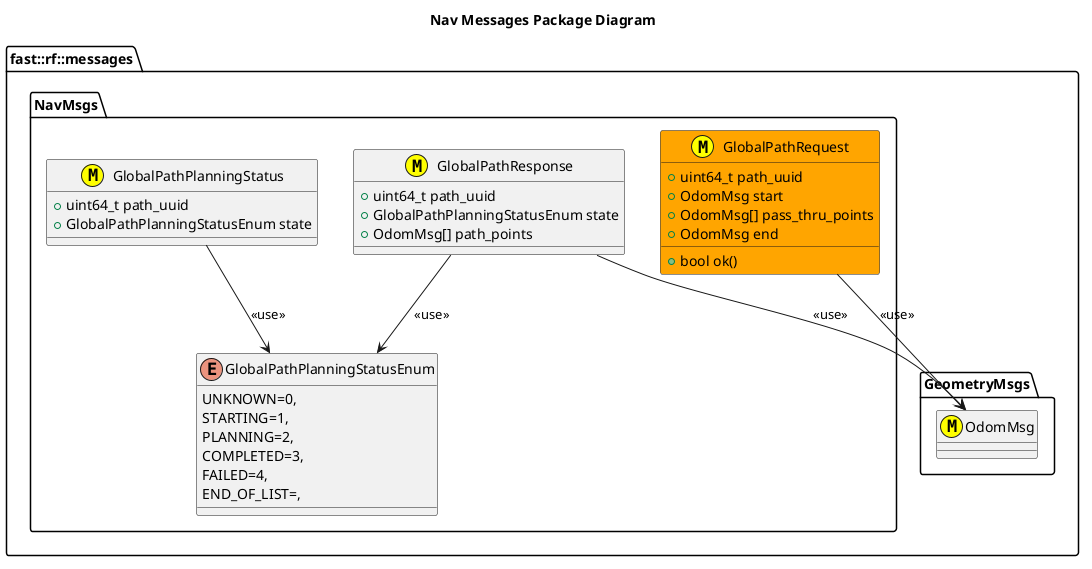
Above: msgs/NavMsgs/doc/puml/NavMessagesClassDiagram.png in fastrobotics/robot_framework (PlantUML), before the change. Its diagram source:
```plantuml
@startuml
title Nav Messages Package Diagram

namespace fast::rf::messages {
  namespace GeometryMsgs {
    class OdomMsg <<(M,#FFFF00)>>
  }
  namespace NavMsgs  {
    class GlobalPathRequest <<(M,#FFFF00)>> #Orange {
      +uint64_t path_uuid
      +OdomMsg start
      +OdomMsg[] pass_thru_points
      +OdomMsg end
      +bool ok()

    }
    enum GlobalPathPlanningStatusEnum
    {
      UNKNOWN=0,
      STARTING=1,
      PLANNING=2,
      COMPLETED=3,
      FAILED=4,
      END_OF_LIST=,

    }
    GlobalPathRequest --> OdomMsg: <<use>>
    class GlobalPathResponse <<(M,#FFFF00)>> {
      +uint64_t path_uuid
      +GlobalPathPlanningStatusEnum state
      +OdomMsg[] path_points
    }
    GlobalPathResponse --> OdomMsg: <<use>>
    GlobalPathResponse --> GlobalPathPlanningStatusEnum: <<use>>
    class GlobalPathPlanningStatus <<(M,#FFFF00)>> {
      +uint64_t path_uuid
      +GlobalPathPlanningStatusEnum state
    }
    GlobalPathPlanningStatus --> GlobalPathPlanningStatusEnum: <<use>>
  }
}
@enduml
```
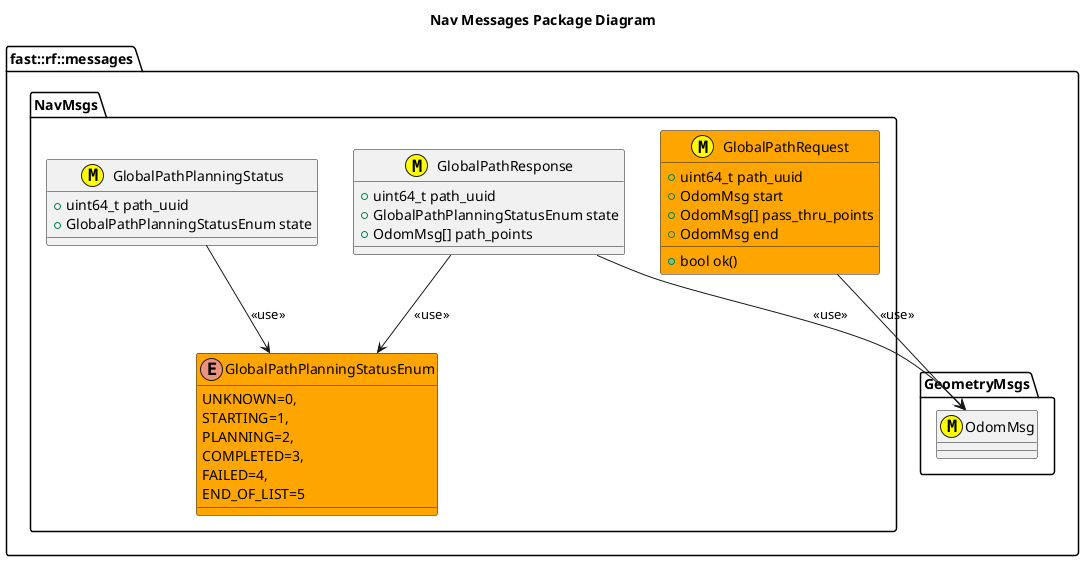
The same file after the commit.

Diff of the diagram source:
```diff
@@ -14,14 +14,14 @@
       +bool ok()
 
     }
-    enum GlobalPathPlanningStatusEnum
+    enum GlobalPathPlanningStatusEnum #Orange
     {
       UNKNOWN=0,
       STARTING=1,
       PLANNING=2,
       COMPLETED=3,
       FAILED=4,
-      END_OF_LIST=,
+      END_OF_LIST=5
 
     }
     GlobalPathRequest --> OdomMsg: <<use>>
```
